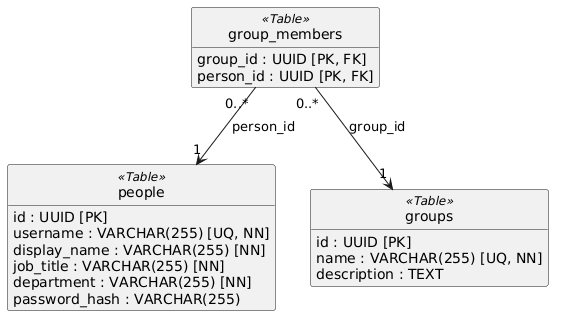
Above: assets/tactical_design/directory/code_level/db_diagram/schema.png in Soulware-Emergentes/report (PlantUML), before the change.
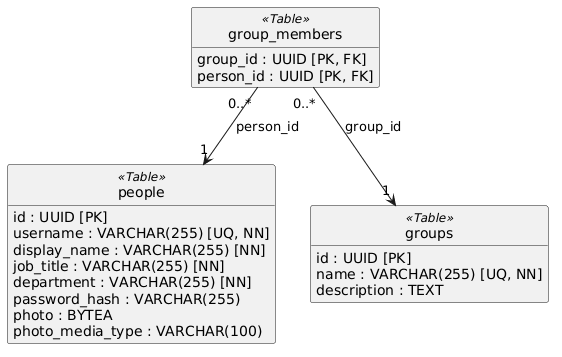
After the commit.

What changed in the source:
```diff
@@ -10,6 +10,8 @@
     {field} job_title : VARCHAR(255) [NN]
     {field} department : VARCHAR(255) [NN]
     {field} password_hash : VARCHAR(255)
+    {field} photo : BYTEA
+    {field} photo_media_type : VARCHAR(100)
 }
 
 class groups <<Table>> {
```
